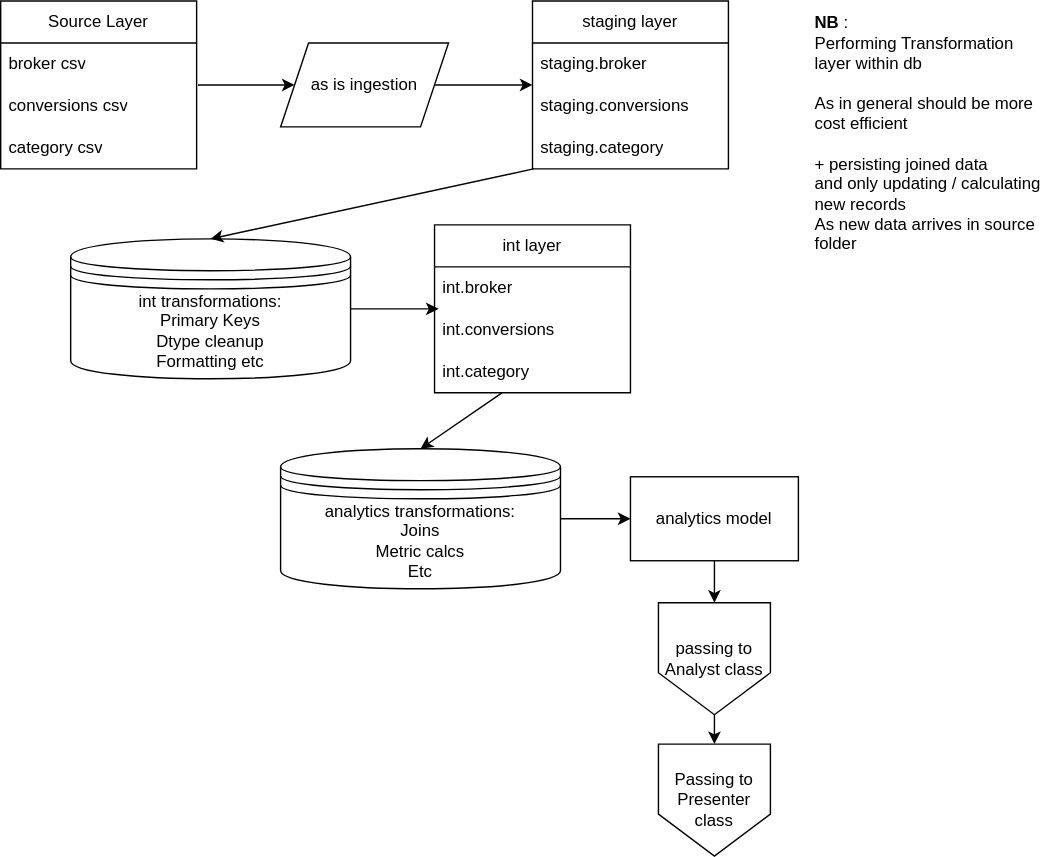
Earlier version of the draw.io export design/pipeline_design.drawio.svg (Agroszeibl/brokerchoosertakehome). Source tidied: cells renumbered, new cells last; positions are measured from the earlier drawing's top-left corner, leaving out a move shared by most shapes. Source of this version:
```xml
<mxGraphModel background="#ffffff">
  <root>
    <mxCell id="0" />
    <mxCell id="1" parent="0" />
    <mxCell id="2" value="Source Layer" style="swimlane;fontStyle=0;horizontal=1;startSize=30;whiteSpace=wrap;html=1;" parent="1" vertex="1">
      <mxGeometry width="140" height="120" as="geometry" />
    </mxCell>
    <mxCell id="3" value="broker csv" style="text;strokeColor=none;fillColor=none;align=left;verticalAlign=middle;spacingLeft=4;spacingRight=4;overflow=hidden;whiteSpace=wrap;html=1;" parent="2" vertex="1">
      <mxGeometry y="30" width="140" height="30" as="geometry" />
    </mxCell>
    <mxCell id="4" value="conversions csv" style="text;strokeColor=none;fillColor=none;align=left;verticalAlign=middle;spacingLeft=4;spacingRight=4;overflow=hidden;points=[[0,0.5],[1,0.5]];portConstraint=eastwest;whiteSpace=wrap;html=1;" parent="2" vertex="1">
      <mxGeometry y="60" width="140" height="30" as="geometry" />
    </mxCell>
    <mxCell id="5" value="category csv" style="text;strokeColor=none;fillColor=none;align=left;verticalAlign=middle;spacingLeft=4;spacingRight=4;overflow=hidden;whiteSpace=wrap;html=1;" parent="2" vertex="1">
      <mxGeometry y="90" width="140" height="30" as="geometry" />
    </mxCell>
    <mxCell id="6" value="staging layer" style="swimlane;fontStyle=0;horizontal=1;startSize=30;whiteSpace=wrap;html=1;" parent="1" vertex="1">
      <mxGeometry x="380" width="140" height="120" as="geometry" />
    </mxCell>
    <mxCell id="7" value="staging.broker" style="text;strokeColor=none;fillColor=none;align=left;verticalAlign=middle;spacingLeft=4;spacingRight=4;overflow=hidden;whiteSpace=wrap;html=1;" parent="6" vertex="1">
      <mxGeometry y="30" width="140" height="30" as="geometry" />
    </mxCell>
    <mxCell id="8" value="staging.conversions" style="text;strokeColor=none;fillColor=none;align=left;verticalAlign=middle;spacingLeft=4;spacingRight=4;overflow=hidden;points=[[0,0.5],[1,0.5]];portConstraint=eastwest;whiteSpace=wrap;html=1;" parent="6" vertex="1">
      <mxGeometry y="60" width="140" height="30" as="geometry" />
    </mxCell>
    <mxCell id="9" value="staging.category" style="text;strokeColor=none;fillColor=none;align=left;verticalAlign=middle;spacingLeft=4;spacingRight=4;overflow=hidden;points=[[0,0.5],[1,0.5]];portConstraint=eastwest;whiteSpace=wrap;html=1;" parent="6" vertex="1">
      <mxGeometry y="90" width="140" height="30" as="geometry" />
    </mxCell>
    <mxCell id="10" value="as is ingestion" style="shape=parallelogram;perimeter=parallelogramPerimeter;whiteSpace=wrap;html=1;fixedSize=1;" parent="1" vertex="1">
      <mxGeometry x="200" y="30" width="120" height="60" as="geometry" />
    </mxCell>
    <mxCell id="11" style="edgeStyle=none;html=1;exitX=1.007;exitY=0;exitDx=0;exitDy=0;entryX=0;entryY=0.5;entryDx=0;entryDy=0;exitPerimeter=0;" parent="1" edge="1" source="4" target="10">
      <mxGeometry relative="1" as="geometry" />
    </mxCell>
    <mxCell id="12" style="edgeStyle=none;html=1;exitX=1;exitY=0.5;exitDx=0;exitDy=0;entryX=0;entryY=0;entryDx=0;entryDy=0;entryPerimeter=0;" parent="1" edge="1" source="10" target="8">
      <mxGeometry relative="1" as="geometry" />
    </mxCell>
    <mxCell id="13" value="int transformations:&lt;div&gt;Primary Keys&lt;/div&gt;&lt;div&gt;Dtype cleanup&lt;/div&gt;&lt;div&gt;Formatting etc&lt;/div&gt;" style="shape=datastore;whiteSpace=wrap;html=1;" parent="1" vertex="1">
      <mxGeometry x="50" y="170" width="200" height="100" as="geometry" />
    </mxCell>
    <mxCell id="14" value="int layer" style="swimlane;fontStyle=0;horizontal=1;startSize=30;whiteSpace=wrap;html=1;" parent="1" vertex="1">
      <mxGeometry x="310" y="160" width="140" height="120" as="geometry" />
    </mxCell>
    <mxCell id="15" value="int.broker" style="text;strokeColor=none;fillColor=none;align=left;verticalAlign=middle;spacingLeft=4;spacingRight=4;overflow=hidden;points=[[0,0.5],[1,0.5]];portConstraint=eastwest;whiteSpace=wrap;html=1;" parent="14" vertex="1">
      <mxGeometry y="30" width="140" height="30" as="geometry" />
    </mxCell>
    <mxCell id="16" value="int.conversions" style="text;strokeColor=none;fillColor=none;align=left;verticalAlign=middle;spacingLeft=4;spacingRight=4;overflow=hidden;whiteSpace=wrap;html=1;" parent="14" vertex="1">
      <mxGeometry y="60" width="140" height="30" as="geometry" />
    </mxCell>
    <mxCell id="17" value="int.category" style="text;strokeColor=none;fillColor=none;align=left;verticalAlign=middle;spacingLeft=4;spacingRight=4;overflow=hidden;points=[[0,0.5],[1,0.5]];portConstraint=eastwest;whiteSpace=wrap;html=1;" parent="14" vertex="1">
      <mxGeometry y="90" width="140" height="30" as="geometry" />
    </mxCell>
    <mxCell id="18" style="edgeStyle=none;html=1;exitX=1;exitY=0.5;exitDx=0;exitDy=0;" parent="1" edge="1" source="19" target="21">
      <mxGeometry relative="1" as="geometry" />
    </mxCell>
    <mxCell id="19" value="analytics transformations:&lt;div&gt;Joins&lt;br&gt;Metric calcs&lt;/div&gt;&lt;div&gt;Etc&lt;/div&gt;" style="shape=datastore;whiteSpace=wrap;html=1;" parent="1" vertex="1">
      <mxGeometry x="200" y="320" width="200" height="100" as="geometry" />
    </mxCell>
    <mxCell id="20" style="edgeStyle=none;html=1;exitX=0.5;exitY=1;exitDx=0;exitDy=0;entryX=0.5;entryY=0;entryDx=0;entryDy=0;" parent="1" edge="1" source="21" target="23">
      <mxGeometry relative="1" as="geometry" />
    </mxCell>
    <mxCell id="21" value="analytics model" style="rounded=0;whiteSpace=wrap;html=1;" parent="1" vertex="1">
      <mxGeometry x="450" y="340" width="120" height="60" as="geometry" />
    </mxCell>
    <mxCell id="22" style="edgeStyle=none;html=1;" parent="1" edge="1" source="23" target="28">
      <mxGeometry relative="1" as="geometry" />
    </mxCell>
    <mxCell id="23" value="passing to Analyst class" style="shape=offPageConnector;whiteSpace=wrap;html=1;" parent="1" vertex="1">
      <mxGeometry x="470" y="430" width="80" height="80" as="geometry" />
    </mxCell>
    <mxCell id="24" style="edgeStyle=none;html=1;entryX=0.5;entryY=0;entryDx=0;entryDy=0;" parent="1" edge="1" source="9" target="13">
      <mxGeometry relative="1" as="geometry" />
    </mxCell>
    <mxCell id="25" style="edgeStyle=none;html=1;exitX=1;exitY=0.5;exitDx=0;exitDy=0;entryX=0.021;entryY=1;entryDx=0;entryDy=0;entryPerimeter=0;" parent="1" edge="1" source="13" target="15">
      <mxGeometry relative="1" as="geometry" />
    </mxCell>
    <mxCell id="26" style="edgeStyle=none;html=1;entryX=0.5;entryY=0;entryDx=0;entryDy=0;" parent="1" edge="1" source="17" target="19">
      <mxGeometry relative="1" as="geometry" />
    </mxCell>
    <mxCell id="27" value="&lt;b&gt;NB&lt;/b&gt;:&lt;div&gt;Performing Transformation layer within db&lt;/div&gt;&lt;div&gt;&lt;br&gt;&lt;/div&gt;&lt;div&gt;As in general should be more cost efficient&lt;/div&gt;&lt;div&gt;&lt;br&gt;&lt;/div&gt;&lt;div&gt;+ persisting joined data&lt;/div&gt;&lt;div&gt;and only updating / calculating new records&lt;/div&gt;&lt;div&gt;As new data arrives in source folder&lt;/div&gt;" style="text;html=1;align=left;verticalAlign=middle;whiteSpace=wrap;rounded=0;" parent="1" vertex="1">
      <mxGeometry x="580" width="170" height="190" as="geometry" />
    </mxCell>
    <mxCell id="28" value="Passing to Presenter class" style="shape=offPageConnector;whiteSpace=wrap;html=1;" parent="1" vertex="1">
      <mxGeometry x="470" y="531" width="80" height="80" as="geometry" />
    </mxCell>
  </root>
</mxGraphModel>
```
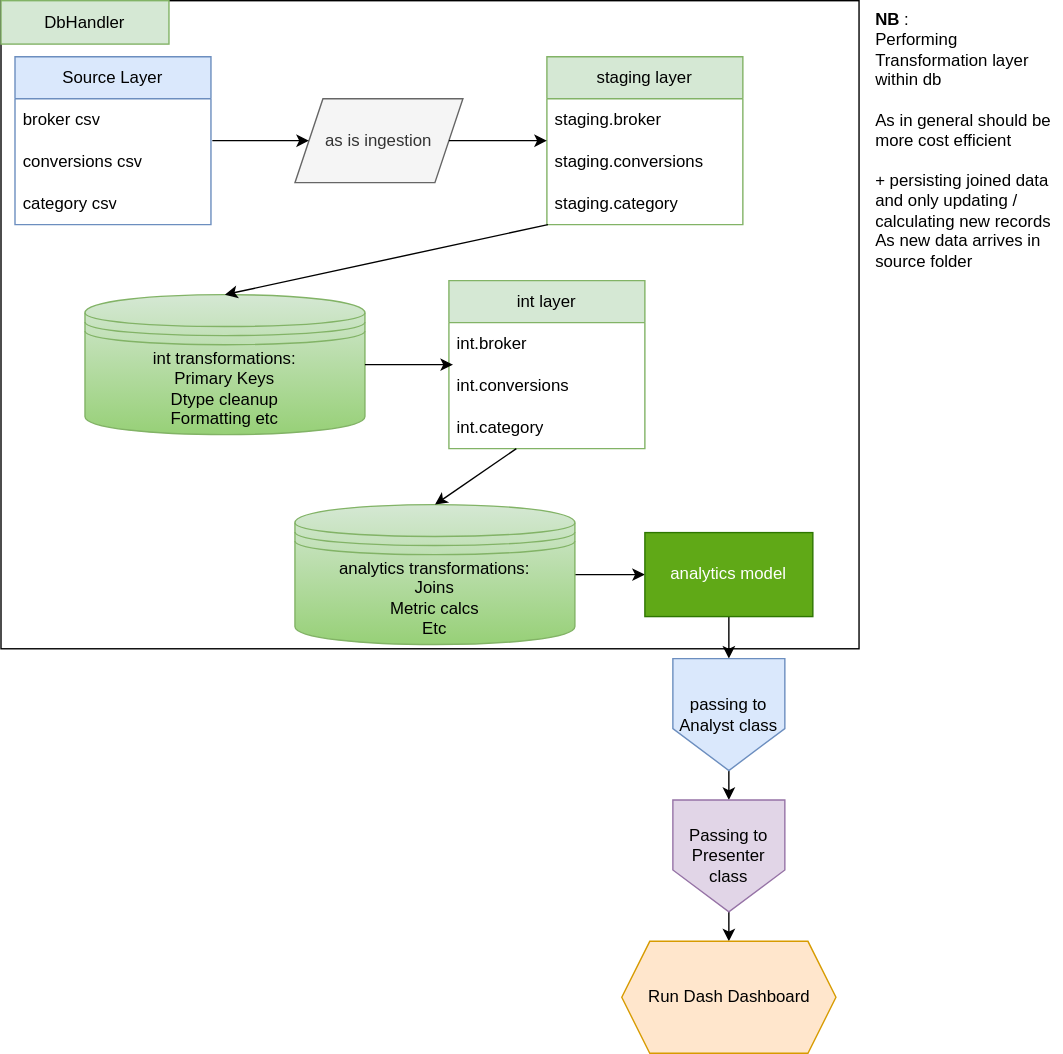
Above is the later version.

Diff of the diagram source:
```diff
@@ -2,7 +2,10 @@
   <root>
     <mxCell id="0" />
     <mxCell id="1" parent="0" />
+    <mxCell id="29" style="whiteSpace=wrap;html=1;fillColor=none;" parent="1" vertex="1">
+      <mxGeometry x="-10" y="-40" width="613" height="463" as="geometry" />
+    </mxCell>
-    <mxCell id="2" value="Source Layer" style="swimlane;fontStyle=0;horizontal=1;startSize=30;whiteSpace=wrap;html=1;" parent="1" vertex="1">
+    <mxCell id="2" value="Source Layer" style="swimlane;fontStyle=0;horizontal=1;startSize=30;whiteSpace=wrap;html=1;fillColor=#dae8fc;strokeColor=#6c8ebf;" parent="1" vertex="1">
       <mxGeometry width="140" height="120" as="geometry" />
     </mxCell>
     <mxCell id="3" value="broker csv" style="text;strokeColor=none;fillColor=none;align=left;verticalAlign=middle;spacingLeft=4;spacingRight=4;overflow=hidden;whiteSpace=wrap;html=1;" parent="2" vertex="1">
@@ -14,7 +17,7 @@
     <mxCell id="5" value="category csv" style="text;strokeColor=none;fillColor=none;align=left;verticalAlign=middle;spacingLeft=4;spacingRight=4;overflow=hidden;whiteSpace=wrap;html=1;" parent="2" vertex="1">
       <mxGeometry y="90" width="140" height="30" as="geometry" />
     </mxCell>
-    <mxCell id="6" value="staging layer" style="swimlane;fontStyle=0;horizontal=1;startSize=30;whiteSpace=wrap;html=1;" parent="1" vertex="1">
+    <mxCell id="6" value="staging layer" style="swimlane;fontStyle=0;horizontal=1;startSize=30;whiteSpace=wrap;html=1;fillColor=#d5e8d4;strokeColor=#82b366;" parent="1" vertex="1">
       <mxGeometry x="380" width="140" height="120" as="geometry" />
     </mxCell>
     <mxCell id="7" value="staging.broker" style="text;strokeColor=none;fillColor=none;align=left;verticalAlign=middle;spacingLeft=4;spacingRight=4;overflow=hidden;whiteSpace=wrap;html=1;" parent="6" vertex="1">
@@ -26,7 +29,7 @@
     <mxCell id="9" value="staging.category" style="text;strokeColor=none;fillColor=none;align=left;verticalAlign=middle;spacingLeft=4;spacingRight=4;overflow=hidden;points=[[0,0.5],[1,0.5]];portConstraint=eastwest;whiteSpace=wrap;html=1;" parent="6" vertex="1">
       <mxGeometry y="90" width="140" height="30" as="geometry" />
     </mxCell>
-    <mxCell id="10" value="as is ingestion" style="shape=parallelogram;perimeter=parallelogramPerimeter;whiteSpace=wrap;html=1;fixedSize=1;" parent="1" vertex="1">
+    <mxCell id="10" value="as is ingestion" style="shape=parallelogram;perimeter=parallelogramPerimeter;whiteSpace=wrap;html=1;fixedSize=1;fillColor=#f5f5f5;fontColor=#333333;strokeColor=#666666;" parent="1" vertex="1">
       <mxGeometry x="200" y="30" width="120" height="60" as="geometry" />
     </mxCell>
     <mxCell id="11" style="edgeStyle=none;html=1;exitX=1.007;exitY=0;exitDx=0;exitDy=0;entryX=0;entryY=0.5;entryDx=0;entryDy=0;exitPerimeter=0;" parent="1" edge="1" source="4" target="10">
@@ -35,10 +38,10 @@
     <mxCell id="12" style="edgeStyle=none;html=1;exitX=1;exitY=0.5;exitDx=0;exitDy=0;entryX=0;entryY=0;entryDx=0;entryDy=0;entryPerimeter=0;" parent="1" edge="1" source="10" target="8">
       <mxGeometry relative="1" as="geometry" />
     </mxCell>
-    <mxCell id="13" value="int transformations:&lt;div&gt;Primary Keys&lt;/div&gt;&lt;div&gt;Dtype cleanup&lt;/div&gt;&lt;div&gt;Formatting etc&lt;/div&gt;" style="shape=datastore;whiteSpace=wrap;html=1;" parent="1" vertex="1">
+    <mxCell id="13" value="int transformations:&lt;div&gt;Primary Keys&lt;/div&gt;&lt;div&gt;Dtype cleanup&lt;/div&gt;&lt;div&gt;Formatting etc&lt;/div&gt;" style="shape=datastore;whiteSpace=wrap;html=1;fillColor=#d5e8d4;strokeColor=#82b366;gradientColor=#97d077;" parent="1" vertex="1">
       <mxGeometry x="50" y="170" width="200" height="100" as="geometry" />
     </mxCell>
-    <mxCell id="14" value="int layer" style="swimlane;fontStyle=0;horizontal=1;startSize=30;whiteSpace=wrap;html=1;" parent="1" vertex="1">
+    <mxCell id="14" value="int layer" style="swimlane;fontStyle=0;horizontal=1;startSize=30;whiteSpace=wrap;html=1;fillColor=#d5e8d4;strokeColor=#82b366;" parent="1" vertex="1">
       <mxGeometry x="310" y="160" width="140" height="120" as="geometry" />
     </mxCell>
     <mxCell id="15" value="int.broker" style="text;strokeColor=none;fillColor=none;align=left;verticalAlign=middle;spacingLeft=4;spacingRight=4;overflow=hidden;points=[[0,0.5],[1,0.5]];portConstraint=eastwest;whiteSpace=wrap;html=1;" parent="14" vertex="1">
@@ -53,19 +56,19 @@
     <mxCell id="18" style="edgeStyle=none;html=1;exitX=1;exitY=0.5;exitDx=0;exitDy=0;" parent="1" edge="1" source="19" target="21">
       <mxGeometry relative="1" as="geometry" />
     </mxCell>
-    <mxCell id="19" value="analytics transformations:&lt;div&gt;Joins&lt;br&gt;Metric calcs&lt;/div&gt;&lt;div&gt;Etc&lt;/div&gt;" style="shape=datastore;whiteSpace=wrap;html=1;" parent="1" vertex="1">
+    <mxCell id="19" value="analytics transformations:&lt;div&gt;Joins&lt;br&gt;Metric calcs&lt;/div&gt;&lt;div&gt;Etc&lt;/div&gt;" style="shape=datastore;whiteSpace=wrap;html=1;fillColor=#d5e8d4;strokeColor=#82b366;gradientColor=#97d077;" parent="1" vertex="1">
       <mxGeometry x="200" y="320" width="200" height="100" as="geometry" />
     </mxCell>
     <mxCell id="20" style="edgeStyle=none;html=1;exitX=0.5;exitY=1;exitDx=0;exitDy=0;entryX=0.5;entryY=0;entryDx=0;entryDy=0;" parent="1" edge="1" source="21" target="23">
       <mxGeometry relative="1" as="geometry" />
     </mxCell>
-    <mxCell id="21" value="analytics model" style="rounded=0;whiteSpace=wrap;html=1;" parent="1" vertex="1">
+    <mxCell id="21" value="analytics model" style="rounded=0;whiteSpace=wrap;html=1;fillColor=#60a917;fontColor=#ffffff;strokeColor=#2D7600;" parent="1" vertex="1">
       <mxGeometry x="450" y="340" width="120" height="60" as="geometry" />
     </mxCell>
     <mxCell id="22" style="edgeStyle=none;html=1;" parent="1" edge="1" source="23" target="28">
       <mxGeometry relative="1" as="geometry" />
     </mxCell>
-    <mxCell id="23" value="passing to Analyst class" style="shape=offPageConnector;whiteSpace=wrap;html=1;" parent="1" vertex="1">
+    <mxCell id="23" value="passing to Analyst class" style="shape=offPageConnector;whiteSpace=wrap;html=1;fillColor=#dae8fc;strokeColor=#6c8ebf;" parent="1" vertex="1">
       <mxGeometry x="470" y="430" width="80" height="80" as="geometry" />
     </mxCell>
     <mxCell id="24" style="edgeStyle=none;html=1;entryX=0.5;entryY=0;entryDx=0;entryDy=0;" parent="1" edge="1" source="9" target="13">
@@ -78,10 +81,19 @@
       <mxGeometry relative="1" as="geometry" />
     </mxCell>
     <mxCell id="27" value="&lt;b&gt;NB&lt;/b&gt;:&lt;div&gt;Performing Transformation layer within db&lt;/div&gt;&lt;div&gt;&lt;br&gt;&lt;/div&gt;&lt;div&gt;As in general should be more cost efficient&lt;/div&gt;&lt;div&gt;&lt;br&gt;&lt;/div&gt;&lt;div&gt;+ persisting joined data&lt;/div&gt;&lt;div&gt;and only updating / calculating new records&lt;/div&gt;&lt;div&gt;As new data arrives in source folder&lt;/div&gt;" style="text;html=1;align=left;verticalAlign=middle;whiteSpace=wrap;rounded=0;" parent="1" vertex="1">
-      <mxGeometry x="580" width="170" height="190" as="geometry" />
+      <mxGeometry x="613" y="-35" width="135" height="190" as="geometry" />
     </mxCell>
+    <mxCell id="30" style="edgeStyle=none;html=1;" parent="1" edge="1" source="28" target="31">
+      <mxGeometry relative="1" as="geometry" />
+    </mxCell>
-    <mxCell id="28" value="Passing to Presenter class" style="shape=offPageConnector;whiteSpace=wrap;html=1;" parent="1" vertex="1">
+    <mxCell id="28" value="Passing to Presenter class" style="shape=offPageConnector;whiteSpace=wrap;html=1;fillColor=#e1d5e7;strokeColor=#9673a6;" parent="1" vertex="1">
       <mxGeometry x="470" y="531" width="80" height="80" as="geometry" />
     </mxCell>
+    <mxCell id="31" value="Run Dash Dashboard" style="shape=hexagon;perimeter=hexagonPerimeter2;whiteSpace=wrap;html=1;fixedSize=1;fillColor=#ffe6cc;strokeColor=#d79b00;" parent="1" vertex="1">
+      <mxGeometry x="433.5" y="632" width="153" height="80" as="geometry" />
+    </mxCell>
+    <mxCell id="32" value="DbHandler" style="whiteSpace=wrap;html=1;fillColor=#d5e8d4;strokeColor=#82b366;" parent="1" vertex="1">
+      <mxGeometry x="-10" y="-40" width="120" height="31" as="geometry" />
+    </mxCell>
   </root>
 </mxGraphModel>
```
